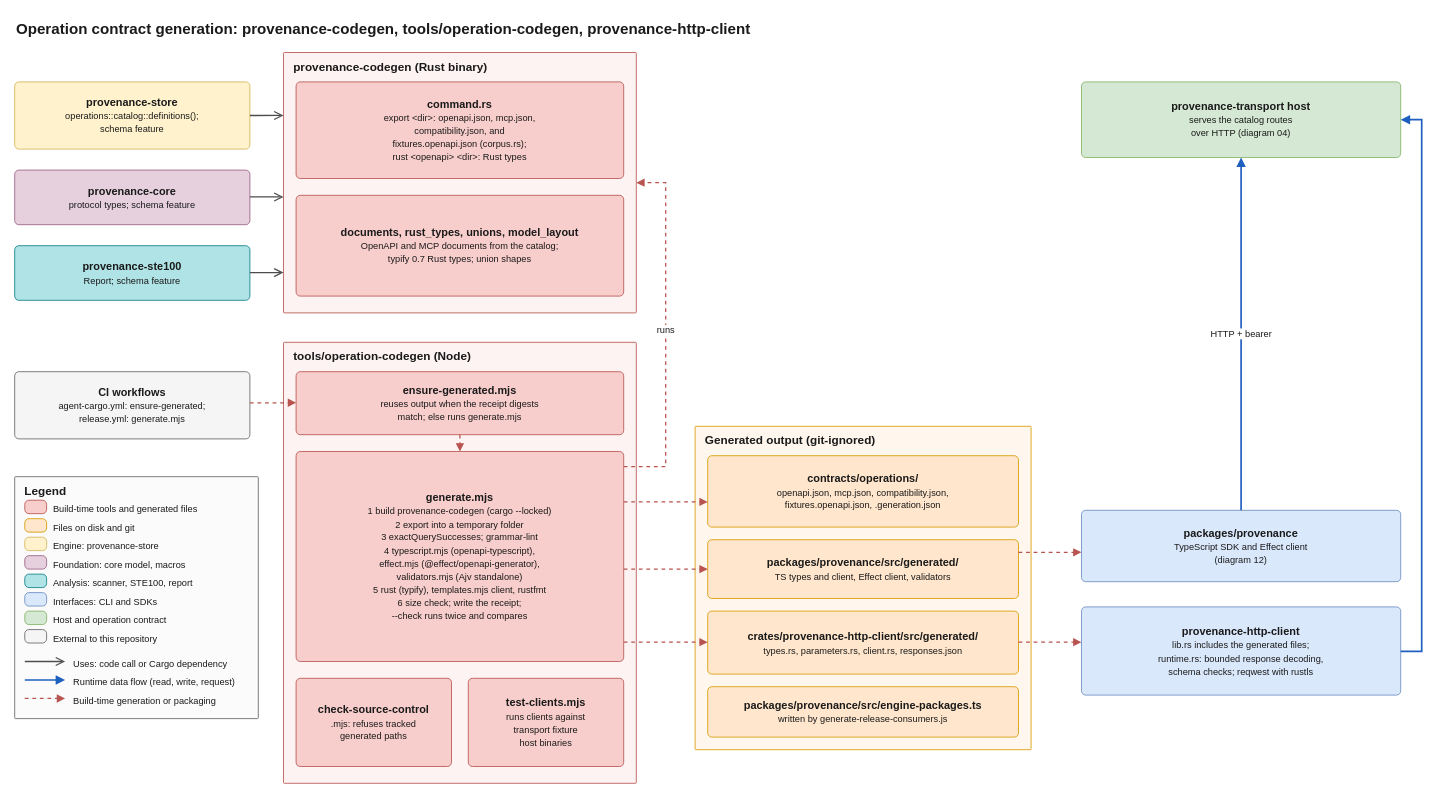
quality-sh/provenance keeps this draw.io diagram as docs/architecture/diagrams/11-codegen-and-clients.drawio. Above is the earlier version. Source tidied: cells renumbered, new cells numbered last; positions are measured from the earlier drawing's top-left corner, leaving out a move shared by most shapes. Both pictures are drawn from the tidied source at 84%, with x=0, y=0 at pixel (14, 14).
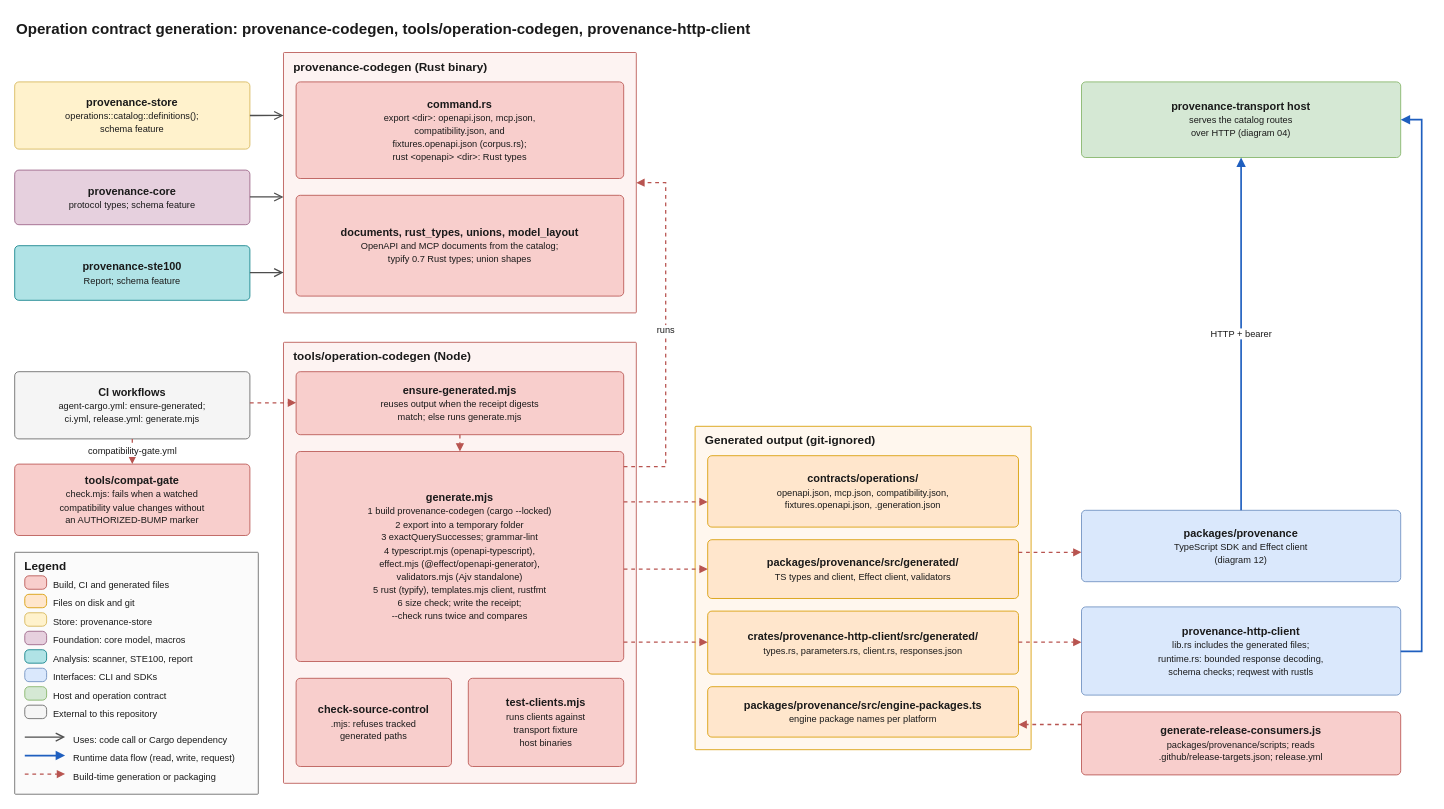
Above is the later version.

The change refers to these unchanged cells:
```xml
<mxCell id="15" value="Generated output (git-ignored)" style="rounded=1;arcSize=2;absoluteArcSize=1;whiteSpace=wrap;html=1;fillColor=#fff7ee;strokeColor=#d79b00;verticalAlign=top;align=left;spacingLeft=10;spacingRight=10;spacingTop=2;fontStyle=1;fontSize=14;fontColor=#1a1a1a;" parent="1" vertex="1">
  <mxGeometry x="810" y="490" width="400" height="385" as="geometry" />
</mxCell>
<mxCell id="17" value="&lt;b&gt;packages/provenance/src/generated/&lt;/b&gt;&lt;br&gt;&lt;font style=&quot;font-size:11px&quot;&gt;TS types and client, Effect client, validators&lt;/font&gt;" style="rounded=1;arcSize=10;absoluteArcSize=1;whiteSpace=wrap;html=1;fillColor=#ffe6cc;strokeColor=#d79b00;fontSize=13;fontColor=#1a1a1a;verticalAlign=middle;align=center;spacing=4;" parent="15" vertex="1">
  <mxGeometry x="15" y="135" width="370" height="70" as="geometry" />
</mxCell>
<mxCell id="18" value="&lt;b&gt;crates/provenance-http-client/src/generated/&lt;/b&gt;&lt;br&gt;&lt;font style=&quot;font-size:11px&quot;&gt;types.rs, parameters.rs, client.rs, responses.json&lt;/font&gt;" style="rounded=1;arcSize=10;absoluteArcSize=1;whiteSpace=wrap;html=1;fillColor=#ffe6cc;strokeColor=#d79b00;fontSize=13;fontColor=#1a1a1a;verticalAlign=middle;align=center;spacing=4;" parent="15" vertex="1">
  <mxGeometry x="15" y="220" width="370" height="75" as="geometry" />
</mxCell>
<mxCell id="20" value="&lt;b&gt;provenance-transport host&lt;/b&gt;&lt;br&gt;&lt;font style=&quot;font-size:11px&quot;&gt;serves the catalog routes&lt;br&gt;over HTTP (diagram 04)&lt;/font&gt;" style="rounded=1;arcSize=10;absoluteArcSize=1;whiteSpace=wrap;html=1;fillColor=#d5e8d4;strokeColor=#82b366;fontSize=13;fontColor=#1a1a1a;verticalAlign=middle;align=center;spacing=4;" parent="1" vertex="1">
  <mxGeometry x="1270" y="80" width="380" height="90" as="geometry" />
</mxCell>
<mxCell id="21" value="&lt;b&gt;packages/provenance&lt;/b&gt;&lt;br&gt;&lt;font style=&quot;font-size:11px&quot;&gt;TypeScript SDK and Effect client&lt;br&gt;(diagram 12)&lt;/font&gt;" style="rounded=1;arcSize=10;absoluteArcSize=1;whiteSpace=wrap;html=1;fillColor=#dae8fc;strokeColor=#6c8ebf;fontSize=13;fontColor=#1a1a1a;verticalAlign=middle;align=center;spacing=4;" parent="1" vertex="1">
  <mxGeometry x="1270" y="590" width="380" height="85" as="geometry" />
</mxCell>
<mxCell id="22" value="&lt;b&gt;provenance-http-client&lt;/b&gt;&lt;br&gt;&lt;font style=&quot;font-size:11px&quot;&gt;lib.rs includes the generated files;&lt;br&gt;runtime.rs: bounded response decoding,&lt;br&gt;schema checks; reqwest with rustls&lt;/font&gt;" style="rounded=1;arcSize=10;absoluteArcSize=1;whiteSpace=wrap;html=1;fillColor=#dae8fc;strokeColor=#6c8ebf;fontSize=13;fontColor=#1a1a1a;verticalAlign=middle;align=center;spacing=4;" parent="1" vertex="1">
  <mxGeometry x="1270" y="705" width="380" height="105" as="geometry" />
</mxCell>
```

Change to the diagram source:
```diff
@@
-    <mxCell id="6" value="&lt;b&gt;CI workflows&lt;/b&gt;&lt;br&gt;&lt;font style=&quot;font-size:11px&quot;&gt;agent-cargo.yml: ensure-generated;&lt;br&gt;release.yml: generate.mjs&lt;/font&gt;" style="rounded=1;arcSize=10;absoluteArcSize=1;whiteSpace=wrap;html=1;fillColor=#f5f5f5;strokeColor=#666666;fontSize=13;fontColor=#1a1a1a;verticalAlign=middle;align=center;spacing=4;" parent="1" vertex="1">
+    <mxCell id="6" value="&lt;b&gt;CI workflows&lt;/b&gt;&lt;br&gt;&lt;font style=&quot;font-size:11px&quot;&gt;agent-cargo.yml: ensure-generated;&lt;br&gt;ci.yml, release.yml: generate.mjs&lt;/font&gt;" style="rounded=1;arcSize=10;absoluteArcSize=1;whiteSpace=wrap;html=1;fillColor=#f5f5f5;strokeColor=#666666;fontSize=13;fontColor=#1a1a1a;verticalAlign=middle;align=center;spacing=4;" parent="1" vertex="1">
       <mxGeometry y="425" width="280" height="80" as="geometry" />
     </mxCell>
+    <mxCell id="59" value="&lt;b&gt;tools/compat-gate&lt;/b&gt;&lt;br&gt;&lt;font style=&quot;font-size:11px&quot;&gt;check.mjs: fails when a watched&lt;br&gt;compatibility value changes without&lt;br&gt;an AUTHORIZED-BUMP marker&lt;/font&gt;" style="rounded=1;arcSize=10;absoluteArcSize=1;whiteSpace=wrap;html=1;fillColor=#f8cecc;strokeColor=#b85450;fontSize=13;fontColor=#1a1a1a;verticalAlign=middle;align=center;spacing=4;" parent="1" vertex="1">
+      <mxGeometry y="535" width="280" height="85" as="geometry" />
+    </mxCell>
@@
-    <mxCell id="19" value="&lt;b&gt;packages/provenance/src/engine-packages.ts&lt;/b&gt;&lt;br&gt;&lt;font style=&quot;font-size:11px&quot;&gt;written by generate-release-consumers.js&lt;/font&gt;" style="rounded=1;arcSize=10;absoluteArcSize=1;whiteSpace=wrap;html=1;fillColor=#ffe6cc;strokeColor=#d79b00;fontSize=13;fontColor=#1a1a1a;verticalAlign=middle;align=center;spacing=4;" parent="15" vertex="1">
+    <mxCell id="19" value="&lt;b&gt;packages/provenance/src/engine-packages.ts&lt;/b&gt;&lt;br&gt;&lt;font style=&quot;font-size:11px&quot;&gt;engine package names per platform&lt;/font&gt;" style="rounded=1;arcSize=10;absoluteArcSize=1;whiteSpace=wrap;html=1;fillColor=#ffe6cc;strokeColor=#d79b00;fontSize=13;fontColor=#1a1a1a;verticalAlign=middle;align=center;spacing=4;" parent="15" vertex="1">
       <mxGeometry x="15" y="310" width="370" height="60" as="geometry" />
     </mxCell>
+    <mxCell id="60" value="&lt;b&gt;generate-release-consumers.js&lt;/b&gt;&lt;br&gt;&lt;font style=&quot;font-size:11px&quot;&gt;packages/provenance/scripts; reads&lt;br&gt;.github/release-targets.json; release.yml&lt;/font&gt;" style="rounded=1;arcSize=10;absoluteArcSize=1;whiteSpace=wrap;html=1;fillColor=#f8cecc;strokeColor=#b85450;fontSize=13;fontColor=#1a1a1a;verticalAlign=middle;align=center;spacing=4;" parent="1" vertex="1">
+      <mxGeometry x="1270" y="830" width="380" height="75" as="geometry" />
+    </mxCell>
@@
     <mxCell id="23" value="Legend" style="rounded=1;arcSize=2;absoluteArcSize=1;whiteSpace=wrap;html=1;fillColor=#fbfbfb;strokeColor=#666666;verticalAlign=top;align=left;spacingLeft=10;spacingRight=10;spacingTop=2;fontStyle=1;fontSize=14;fontColor=#1a1a1a;" parent="1" vertex="1">
-      <mxGeometry y="550" width="290" height="288" as="geometry" />
+      <mxGeometry y="640" width="290" height="288" as="geometry" />
     </mxCell>
@@
-    <mxCell id="25" value="Build-time tools and generated files" style="text;html=1;whiteSpace=wrap;align=left;verticalAlign=top;fontSize=11;fontColor=#1a1a1a;" parent="23" vertex="1">
+    <mxCell id="25" value="Build, CI and generated files" style="text;html=1;whiteSpace=wrap;align=left;verticalAlign=top;fontSize=11;fontColor=#1a1a1a;" parent="23" vertex="1">
       <mxGeometry x="44" y="26" width="230" height="20" as="geometry" />
     </mxCell>
@@
-    <mxCell id="29" value="Engine: provenance-store" style="text;html=1;whiteSpace=wrap;align=left;verticalAlign=top;fontSize=11;fontColor=#1a1a1a;" parent="23" vertex="1">
+    <mxCell id="29" value="Store: provenance-store" style="text;html=1;whiteSpace=wrap;align=left;verticalAlign=top;fontSize=11;fontColor=#1a1a1a;" parent="23" vertex="1">
       <mxGeometry x="44" y="70" width="230" height="20" as="geometry" />
     </mxCell>
@@
-    <mxCell id="52" style="edgeStyle=orthogonalEdgeStyle;rounded=0;jettySize=auto;html=1;jumpStyle=arc;jumpSize=10;exitX=1;exitY=0.2143;exitDx=0;exitDy=0;entryX=0;entryY=0.5882;entryDx=0;entryDy=0;strokeColor=#b85450;fontSize=11;fontColor=#1a1a1a;labelBackgroundColor=#ffffff;strokeWidth=1.5;dashed=1;endArrow=block;endFill=1;" parent="1" edge="1" source="17" target="21">
+    <mxCell id="52" style="edgeStyle=orthogonalEdgeStyle;rounded=0;jettySize=auto;html=1;jumpStyle=arc;jumpSize=10;exitX=0;exitY=0.2;exitDx=0;exitDy=0;entryX=1;entryY=0.75;entryDx=0;entryDy=0;strokeColor=#b85450;fontSize=11;fontColor=#1a1a1a;labelBackgroundColor=#ffffff;strokeWidth=1.5;dashed=1;endArrow=block;endFill=1;" parent="1" edge="1" source="60" target="19">
       <mxGeometry relative="1" as="geometry" />
     </mxCell>
-    <mxCell id="53" style="edgeStyle=orthogonalEdgeStyle;rounded=0;jettySize=auto;html=1;jumpStyle=arc;jumpSize=10;exitX=1;exitY=0.4933;exitDx=0;exitDy=0;entryX=0;entryY=0.4;entryDx=0;entryDy=0;strokeColor=#b85450;fontSize=11;fontColor=#1a1a1a;labelBackgroundColor=#ffffff;strokeWidth=1.5;dashed=1;endArrow=block;endFill=1;" parent="1" edge="1" source="18" target="22">
+    <mxCell id="53" value="compatibility-gate.yml" style="edgeStyle=orthogonalEdgeStyle;rounded=0;jettySize=auto;html=1;jumpStyle=arc;jumpSize=10;exitX=0.5;exitY=1;exitDx=0;exitDy=0;entryX=0.5;entryY=0;entryDx=0;entryDy=0;strokeColor=#b85450;fontSize=11;fontColor=#1a1a1a;labelBackgroundColor=#ffffff;strokeWidth=1.5;dashed=1;endArrow=block;endFill=1;" parent="1" edge="1" source="6" target="59">
       <mxGeometry relative="1" as="geometry" />
     </mxCell>
-    <mxCell id="54" value="HTTP + bearer" style="edgeStyle=orthogonalEdgeStyle;rounded=0;jettySize=auto;html=1;jumpStyle=arc;jumpSize=10;exitX=0.5;exitY=0;exitDx=0;exitDy=0;entryX=0.5;entryY=1;entryDx=0;entryDy=0;strokeColor=#1f5fbf;fontSize=11;fontColor=#1a1a1a;labelBackgroundColor=#ffffff;strokeWidth=2;endArrow=block;endFill=1;" parent="1" edge="1" source="21" target="20">
+    <mxCell id="54" style="edgeStyle=orthogonalEdgeStyle;rounded=0;jettySize=auto;html=1;jumpStyle=arc;jumpSize=10;exitX=1;exitY=0.2143;exitDx=0;exitDy=0;entryX=0;entryY=0.5882;entryDx=0;entryDy=0;strokeColor=#b85450;fontSize=11;fontColor=#1a1a1a;labelBackgroundColor=#ffffff;strokeWidth=1.5;dashed=1;endArrow=block;endFill=1;" parent="1" edge="1" source="17" target="21">
       <mxGeometry relative="1" as="geometry" />
     </mxCell>
-    <mxCell id="55" style="edgeStyle=orthogonalEdgeStyle;rounded=0;jettySize=auto;html=1;jumpStyle=arc;jumpSize=10;exitX=1;exitY=0.5048;exitDx=0;exitDy=0;entryX=1;entryY=0.5;entryDx=0;entryDy=0;strokeColor=#1f5fbf;fontSize=11;fontColor=#1a1a1a;labelBackgroundColor=#ffffff;strokeWidth=2;endArrow=block;endFill=1;" parent="1" edge="1" source="22" target="20">
-      <mxGeometry relative="1" as="geometry">
-        <Array as="points">
-          <mxPoint x="1675" y="758" />
-          <mxPoint x="1675" y="125" />
-        </Array>
-      </mxGeometry>
+    <mxCell id="55" style="edgeStyle=orthogonalEdgeStyle;rounded=0;jettySize=auto;html=1;jumpStyle=arc;jumpSize=10;exitX=1;exitY=0.4933;exitDx=0;exitDy=0;entryX=0;entryY=0.4;entryDx=0;entryDy=0;strokeColor=#b85450;fontSize=11;fontColor=#1a1a1a;labelBackgroundColor=#ffffff;strokeWidth=1.5;dashed=1;endArrow=block;endFill=1;" parent="1" edge="1" source="18" target="22">
+      <mxGeometry relative="1" as="geometry" />
     </mxCell>
+    <mxCell id="61" value="HTTP + bearer" style="edgeStyle=orthogonalEdgeStyle;rounded=0;jettySize=auto;html=1;jumpStyle=arc;jumpSize=10;exitX=0.5;exitY=0;exitDx=0;exitDy=0;entryX=0.5;entryY=1;entryDx=0;entryDy=0;strokeColor=#1f5fbf;fontSize=11;fontColor=#1a1a1a;labelBackgroundColor=#ffffff;strokeWidth=2;endArrow=block;endFill=1;" parent="1" edge="1" source="21" target="20">
+      <mxGeometry relative="1" as="geometry" />
+    </mxCell>
+    <mxCell id="62" style="edgeStyle=orthogonalEdgeStyle;rounded=0;jettySize=auto;html=1;jumpStyle=arc;jumpSize=10;exitX=1;exitY=0.5048;exitDx=0;exitDy=0;entryX=1;entryY=0.5;entryDx=0;entryDy=0;strokeColor=#1f5fbf;fontSize=11;fontColor=#1a1a1a;labelBackgroundColor=#ffffff;strokeWidth=2;endArrow=block;endFill=1;" parent="1" edge="1" source="22" target="20">
+      <mxGeometry relative="1" as="geometry">
+        <Array as="points">
+          <mxPoint x="1675" y="758" />
+          <mxPoint x="1675" y="125" />
+        </Array>
+      </mxGeometry>
+    </mxCell>
     <mxCell id="56" style="edgeStyle=none;html=1;strokeColor=#4d4d4d;strokeWidth=1.5;endArrow=open;endSize=8;" parent="1" edge="1">
       <mxGeometry relative="1" as="geometry">
-        <mxPoint x="12" y="770" as="sourcePoint" />
-        <mxPoint x="60" y="770" as="targetPoint" />
+        <mxPoint x="12" y="860" as="sourcePoint" />
+        <mxPoint x="60" y="860" as="targetPoint" />
       </mxGeometry>
     </mxCell>
     <mxCell id="57" style="edgeStyle=none;html=1;strokeColor=#1f5fbf;strokeWidth=2;endArrow=block;endFill=1;" parent="1" edge="1">
       <mxGeometry relative="1" as="geometry">
-        <mxPoint x="12" y="792" as="sourcePoint" />
-        <mxPoint x="60" y="792" as="targetPoint" />
+        <mxPoint x="12" y="882" as="sourcePoint" />
+        <mxPoint x="60" y="882" as="targetPoint" />
       </mxGeometry>
     </mxCell>
     <mxCell id="58" style="edgeStyle=none;html=1;strokeColor=#b85450;strokeWidth=1.5;dashed=1;endArrow=block;endFill=1;" parent="1" edge="1">
       <mxGeometry relative="1" as="geometry">
-        <mxPoint x="12" y="814" as="sourcePoint" />
-        <mxPoint x="60" y="814" as="targetPoint" />
+        <mxPoint x="12" y="904" as="sourcePoint" />
+        <mxPoint x="60" y="904" as="targetPoint" />
       </mxGeometry>
     </mxCell>
```
